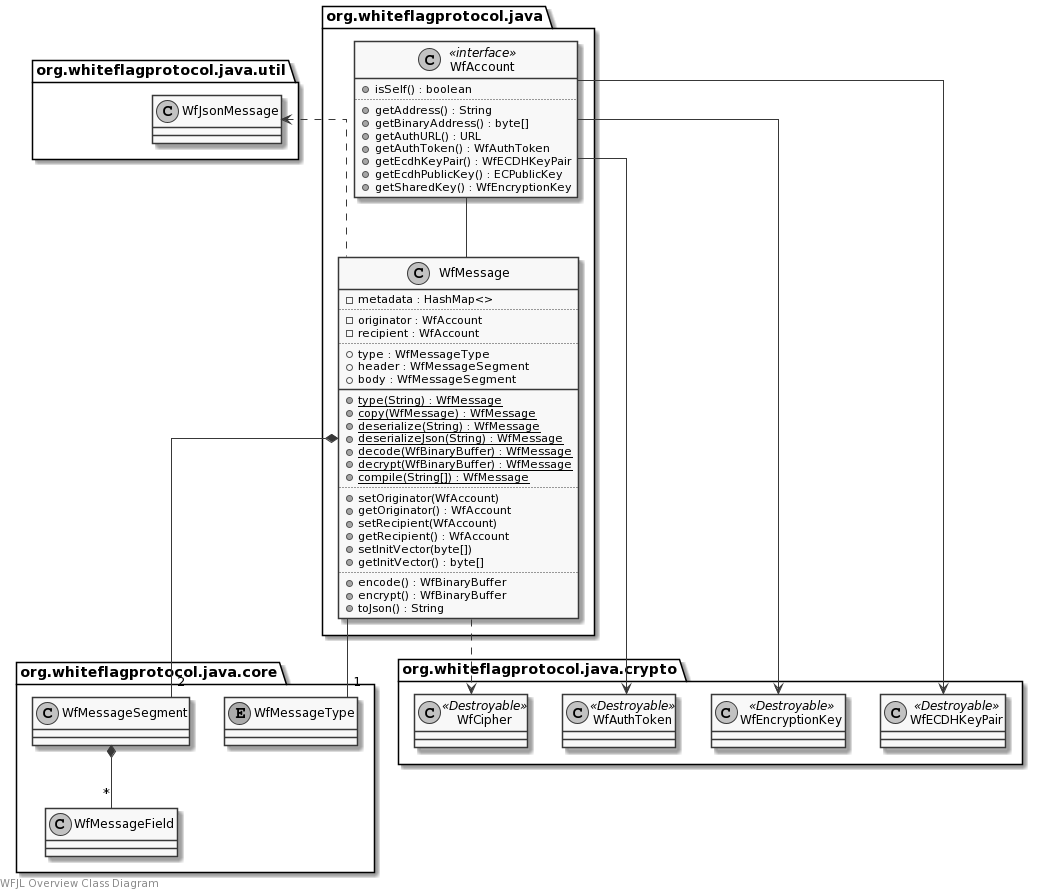
The PlantUML diagram docs/uml/overview.png in WhiteflagProtocol/whiteflag-java, before a commit.
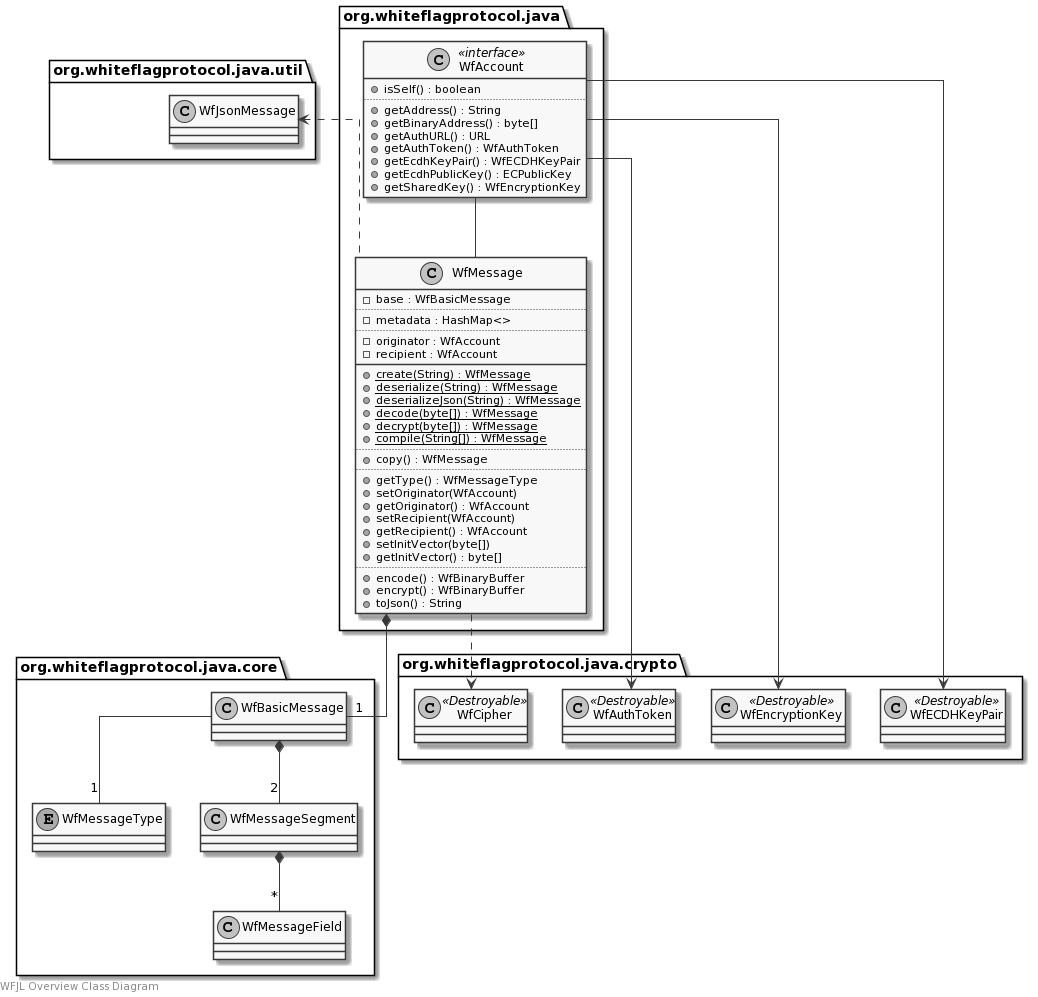
Above is the later version.

Change to the diagram source:
```diff
@@ -6,23 +6,23 @@
 
 package org.whiteflagprotocol.java {
     class WfMessage {
+        -base : WfBasicMessage
+        ..
         -metadata : HashMap<>
         ..
         -originator : WfAccount
         -recipient : WfAccount
-        ..
-        +type : WfMessageType
-        +header : WfMessageSegment
-        +body : WfMessageSegment
         __
-        {static} +type(String) : WfMessage
-        {static} +copy(WfMessage) : WfMessage
+        {static} +create(String) : WfMessage
         {static} +deserialize(String) : WfMessage
         {static} +deserializeJson(String) : WfMessage
-        {static} +decode(WfBinaryBuffer) : WfMessage
-        {static} +decrypt(WfBinaryBuffer) : WfMessage
+        {static} +decode(byte[]) : WfMessage
+        {static} +decrypt(byte[]) : WfMessage
         {static} +compile(String[]) : WfMessage
         ..
+        +copy() : WfMessage
+        ..
+        +getType() : WfMessageType
         +setOriginator(WfAccount)
         +getOriginator() : WfAccount
         +setRecipient(WfAccount)
@@ -49,6 +49,7 @@
 }
 
 package org.whiteflagprotocol.java.core {
+    class WfBasicMessage {}
     enum WfMessageType {}
     class WfMessageSegment {}
     class WfMessageField {}
@@ -65,8 +66,9 @@
     class WfJsonMessage {}
 }
 
-WfMessage -- "1" WfMessageType
-WfMessage *-- "2" WfMessageSegment
+WfMessage *-- "1" WfBasicMessage
+WfBasicMessage -- "1" WfMessageType
+WfBasicMessage *-- "2" WfMessageSegment
 WfMessageSegment *-- "*" WfMessageField
 
 WfAccount -- WfMessage
```
